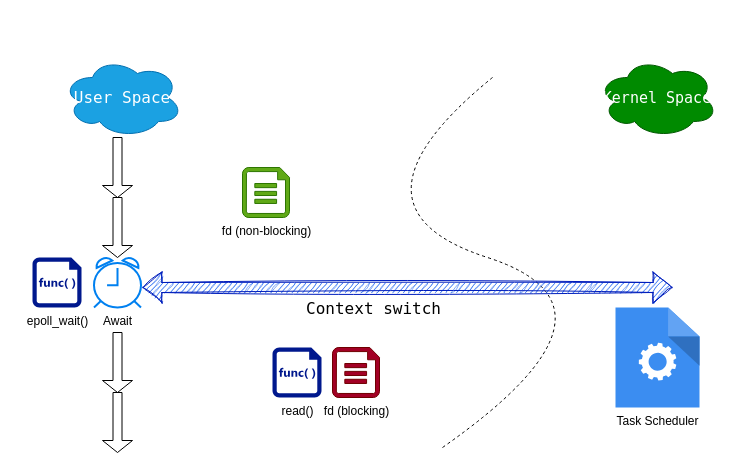
This is epoll.drawio from dimerz-tech/draw.io, a draw.io file, before an edit. Source tidied: cells renumbered, new cells numbered last; positions are measured from the earlier drawing's top-left corner, leaving out a move shared by most shapes. Both pictures are drawn from the tidied source at 100%, with x=0, y=0 at pixel (32, 57).
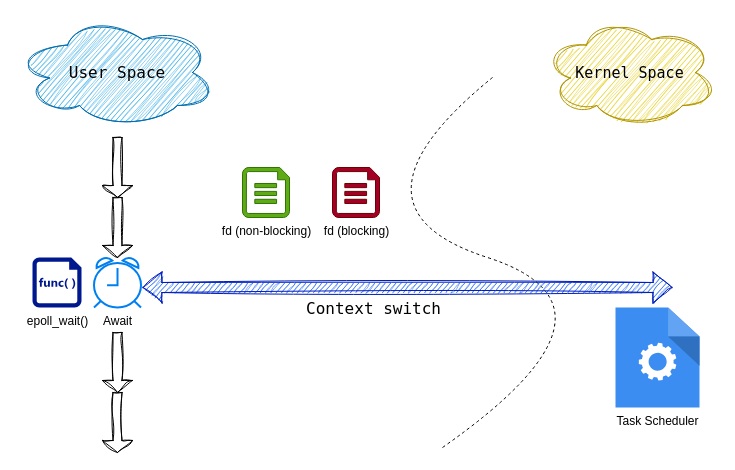
The same page after the edit.

Diff of the diagram source:
```diff
@@
     <mxCell id="3" value="fd (blocking)" style="shadow=0;dashed=0;html=1;strokeColor=#6F0000;labelPosition=center;verticalLabelPosition=bottom;verticalAlign=top;align=center;fillColor=#a20025;shape=mxgraph.azure.file;fontColor=#000000;" parent="1" vertex="1">
-      <mxGeometry x="300" y="290" width="47" height="50" as="geometry" />
+      <mxGeometry x="300" y="110" width="47" height="50" as="geometry" />
     </mxCell>
@@
-    <mxCell id="5" value="read()" style="sketch=0;shadow=0;dashed=0;html=1;strokeColor=none;labelPosition=center;verticalLabelPosition=bottom;verticalAlign=top;align=center;fillColor=#00188D;shape=mxgraph.mscae.enterprise.code_file;" parent="1" vertex="1">
-      <mxGeometry x="240" y="290" width="49" height="50" as="geometry" />
-    </mxCell>
@@
-    <mxCell id="9" value="Task Scheduler" style="sketch=0;html=1;strokeColor=none;shadow=0;fillColor=#3B8DF1;verticalAlign=top;labelPosition=center;verticalLabelPosition=bottom;shape=mxgraph.gcp2.process;" parent="1" vertex="1">
+    <mxCell id="9" value="Task Scheduler" style="html=1;strokeColor=none;shadow=0;fillColor=#3B8DF1;verticalAlign=top;labelPosition=center;verticalLabelPosition=bottom;shape=mxgraph.gcp2.process;" parent="1" vertex="1">
       <mxGeometry x="583" y="250" width="84" height="100" as="geometry" />
     </mxCell>
-    <mxCell id="10" value="User Space" style="ellipse;shape=cloud;whiteSpace=wrap;html=1;fillColor=#1ba1e2;fontColor=#ffffff;strokeColor=#006EAF;fontFamily=Lucida Console;fontSize=16;" parent="1" vertex="1">
-      <mxGeometry x="30" width="120" height="80" as="geometry" />
+    <mxCell id="10" value="User Space" style="ellipse;shape=cloud;whiteSpace=wrap;html=1;fillColor=#1ba1e2;fontColor=default;strokeColor=#006EAF;fontFamily=Lucida Console;fontSize=16;sketch=1;curveFitting=1;jiggle=2;" parent="1" vertex="1">
+      <mxGeometry x="-15" y="-40" width="200" height="110" as="geometry" />
     </mxCell>
-    <mxCell id="11" value="Kernel Space" style="ellipse;shape=cloud;whiteSpace=wrap;html=1;fillColor=#008a00;fontColor=#ffffff;strokeColor=#005700;fontFamily=Lucida Console;fontSize=15;" parent="1" vertex="1">
-      <mxGeometry x="565" width="120" height="80" as="geometry" />
+    <mxCell id="11" value="Kernel Space" style="ellipse;shape=cloud;whiteSpace=wrap;html=1;fontFamily=Lucida Console;fontSize=15;sketch=1;curveFitting=1;jiggle=2;fillColor=#e3c800;fontColor=#000000;strokeColor=#B09500;" parent="1" vertex="1">
+      <mxGeometry x="510" y="-40" width="175" height="110" as="geometry" />
     </mxCell>
-    <mxCell id="12" style="shape=singleArrow;direction=south;whiteSpace=wrap;html=1;" parent="1" vertex="1">
+    <mxCell id="12" style="shape=singleArrow;direction=south;whiteSpace=wrap;html=1;sketch=1;curveFitting=1;jiggle=2;" parent="1" vertex="1">
       <mxGeometry x="70" y="80" width="30" height="60" as="geometry" />
     </mxCell>
-    <mxCell id="13" style="shape=singleArrow;direction=south;whiteSpace=wrap;html=1;" parent="1" vertex="1">
+    <mxCell id="13" style="shape=singleArrow;direction=south;whiteSpace=wrap;html=1;sketch=1;curveFitting=1;jiggle=2;" parent="1" vertex="1">
       <mxGeometry x="70" y="140" width="30" height="60" as="geometry" />
     </mxCell>
@@
-    <mxCell id="15" style="shape=singleArrow;direction=south;whiteSpace=wrap;html=1;" parent="1" vertex="1">
+    <mxCell id="15" style="shape=singleArrow;direction=south;whiteSpace=wrap;html=1;sketch=1;curveFitting=1;jiggle=2;" parent="1" vertex="1">
       <mxGeometry x="70" y="275" width="30" height="60" as="geometry" />
     </mxCell>
-    <mxCell id="16" style="shape=singleArrow;direction=south;whiteSpace=wrap;html=1;" parent="1" vertex="1">
+    <mxCell id="16" style="shape=singleArrow;direction=south;whiteSpace=wrap;html=1;sketch=1;curveFitting=1;jiggle=2;" parent="1" vertex="1">
       <mxGeometry x="70" y="335" width="30" height="60" as="geometry" />
     </mxCell>
```
